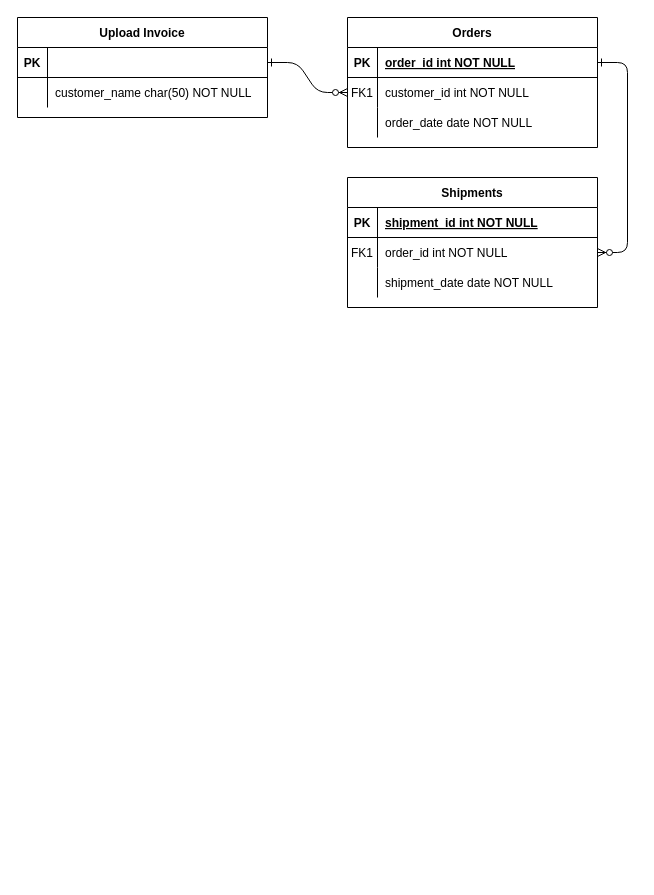
The draw.io diagram Untitled Diagram.drawio in pritam421/Invoice-automation_wireFrame, before the edit. Source tidied: cells renumbered, new cells numbered last; positions are measured from the earlier drawing's top-left corner, leaving out a move shared by most shapes. Both pictures are drawn from the tidied source at 100%, with x=0, y=0 at pixel (17, 17).
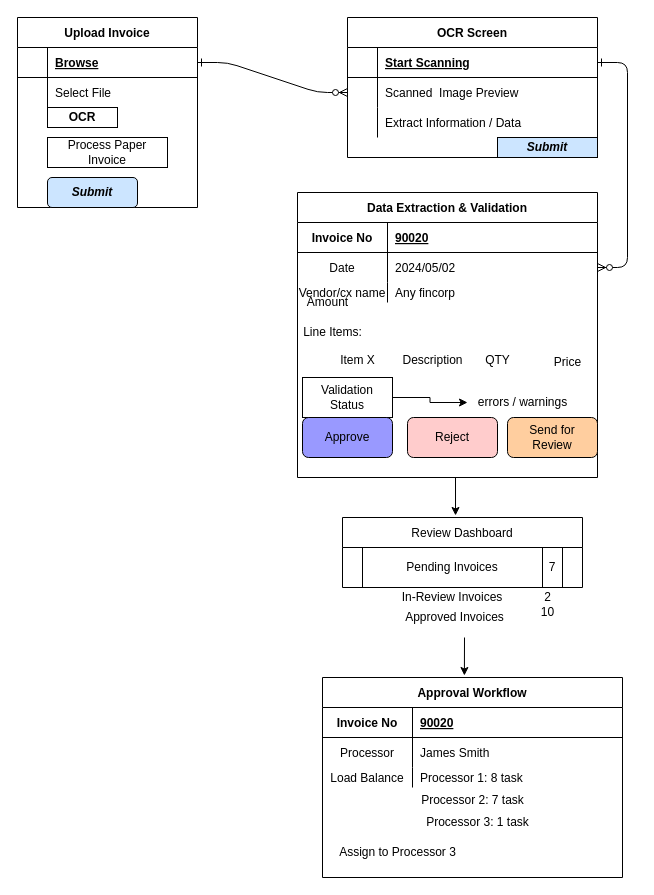
The same page after the edit.

Unchanged cells that the change refers to:
```xml
<mxCell id="5" style="shape=partialRectangle;fillColor=none;points=[[0,0.5],[1,0.5]];portConstraint=eastwest;top=0;left=0;right=0;bottom=1;" parent="4" vertex="1">
  <mxGeometry y="30" width="250" height="30" as="geometry" />
</mxCell>
<mxCell id="8" style="shape=partialRectangle;fillColor=none;points=[[0,0.5],[1,0.5]];portConstraint=eastwest;top=0;left=0;right=0;bottom=0;" parent="4" vertex="1">
  <mxGeometry y="60" width="250" height="30" as="geometry" />
</mxCell>
<mxCell id="11" style="shape=partialRectangle;fillColor=none;top=0;left=0;right=0;bottom=0;" parent="4" vertex="1">
  <mxGeometry y="90" width="250" height="30" as="geometry" />
</mxCell>
```

The edit, as a diff of the source:
```diff
@@
-    <mxCell id="4" value="Orders" style="shape=table;startSize=30;childLayout=tableLayout;rowLines=0;fontStyle=1;align=center;" parent="1" vertex="1">
-      <mxGeometry x="330" width="250" height="130" as="geometry" />
+    <mxCell id="4" value="OCR Screen" style="shape=table;startSize=30;childLayout=tableLayout;rowLines=0;fontStyle=1;align=center;" parent="1" vertex="1">
+      <mxGeometry x="330" width="250" height="140" as="geometry" />
     </mxCell>
@@
-    <mxCell id="6" value="PK" style="shape=partialRectangle;overflow=hidden;fillColor=none;top=0;left=0;bottom=0;right=0;fontStyle=1;" parent="5" vertex="1">
+    <mxCell id="6" style="shape=partialRectangle;overflow=hidden;fillColor=none;top=0;left=0;bottom=0;right=0;fontStyle=1;" parent="5" vertex="1">
       <mxGeometry width="30" height="30" as="geometry" />
     </mxCell>
-    <mxCell id="7" value="order_id int NOT NULL " style="shape=partialRectangle;overflow=hidden;fillColor=none;top=0;left=0;bottom=0;right=0;align=left;spacingLeft=6;fontStyle=5;" parent="5" vertex="1">
+    <mxCell id="7" value="Start Scanning" style="shape=partialRectangle;overflow=hidden;fillColor=none;top=0;left=0;bottom=0;right=0;align=left;spacingLeft=6;fontStyle=5;" parent="5" vertex="1">
       <mxGeometry x="30" width="220" height="30" as="geometry" />
     </mxCell>
@@
-    <mxCell id="9" value="FK1" style="shape=partialRectangle;overflow=hidden;fillColor=none;top=0;left=0;bottom=0;right=0;" parent="8" vertex="1">
+    <mxCell id="9" style="shape=partialRectangle;overflow=hidden;fillColor=none;top=0;left=0;bottom=0;right=0;" parent="8" vertex="1">
       <mxGeometry width="30" height="30" as="geometry" />
     </mxCell>
-    <mxCell id="10" value="customer_id int NOT NULL" style="shape=partialRectangle;overflow=hidden;fillColor=none;top=0;left=0;bottom=0;right=0;align=left;spacingLeft=6;" parent="8" vertex="1">
+    <mxCell id="10" value="Scanned  Image Preview" style="shape=partialRectangle;overflow=hidden;fillColor=none;top=0;left=0;bottom=0;right=0;align=left;spacingLeft=6;" parent="8" vertex="1">
       <mxGeometry x="30" width="220" height="30" as="geometry" />
     </mxCell>
@@
-    <mxCell id="13" value="order_date date NOT NULL" style="shape=partialRectangle;overflow=hidden;fillColor=none;top=0;left=0;bottom=0;right=0;align=left;spacingLeft=6;" parent="11" vertex="1">
+    <mxCell id="13" value="Extract Information / Data" style="shape=partialRectangle;overflow=hidden;fillColor=none;top=0;left=0;bottom=0;right=0;align=left;spacingLeft=6;" parent="11" vertex="1">
       <mxGeometry x="30" width="220" height="30" as="geometry" />
     </mxCell>
-    <mxCell id="14" value="Shipments" style="shape=table;startSize=30;childLayout=tableLayout;rowLines=0;fontStyle=1;align=center;" parent="1" vertex="1">
-      <mxGeometry x="330" y="160" width="250" height="130" as="geometry" />
+    <mxCell id="14" value="Data Extraction &amp; Validation" style="shape=table;startSize=30;childLayout=tableLayout;rowLines=0;fontStyle=1;align=center;" parent="1" vertex="1">
+      <mxGeometry x="280" y="175" width="300" height="285" as="geometry" />
     </mxCell>
     <mxCell id="15" style="shape=partialRectangle;fillColor=none;top=0;left=0;right=0;bottom=1;" parent="14" vertex="1">
-      <mxGeometry y="30" width="250" height="30" as="geometry" />
+      <mxGeometry y="30" width="300" height="30" as="geometry" />
     </mxCell>
-    <mxCell id="16" value="PK" style="shape=partialRectangle;overflow=hidden;fillColor=none;top=0;left=0;bottom=0;right=0;fontStyle=1;" parent="15" vertex="1">
-      <mxGeometry width="30" height="30" as="geometry" />
+    <mxCell id="16" value="Invoice No" style="shape=partialRectangle;overflow=hidden;fillColor=none;top=0;left=0;bottom=0;right=0;fontStyle=1;" parent="15" vertex="1">
+      <mxGeometry width="90" height="30" as="geometry" />
     </mxCell>
-    <mxCell id="17" value="shipment_id int NOT NULL " style="shape=partialRectangle;overflow=hidden;fillColor=none;top=0;left=0;bottom=0;right=0;align=left;spacingLeft=6;fontStyle=5;" parent="15" vertex="1">
-      <mxGeometry x="30" width="220" height="30" as="geometry" />
+    <mxCell id="17" value="90020" style="shape=partialRectangle;overflow=hidden;fillColor=none;top=0;left=0;bottom=0;right=0;align=left;spacingLeft=6;fontStyle=5;" parent="15" vertex="1">
+      <mxGeometry x="90" width="210" height="30" as="geometry" />
     </mxCell>
     <mxCell id="18" style="shape=partialRectangle;fillColor=none;points=[[0,0.5],[1,0.5]];portConstraint=eastwest;top=0;left=0;right=0;bottom=0;" parent="14" vertex="1">
-      <mxGeometry y="60" width="250" height="30" as="geometry" />
+      <mxGeometry y="60" width="300" height="30" as="geometry" />
     </mxCell>
-    <mxCell id="19" value="FK1" style="shape=partialRectangle;overflow=hidden;fillColor=none;top=0;left=0;bottom=0;right=0;" parent="18" vertex="1">
-      <mxGeometry width="30" height="30" as="geometry" />
+    <mxCell id="19" value="Date" style="shape=partialRectangle;overflow=hidden;fillColor=none;top=0;left=0;bottom=0;right=0;" parent="18" vertex="1">
+      <mxGeometry width="90" height="30" as="geometry" />
     </mxCell>
-    <mxCell id="20" value="order_id int NOT NULL" style="shape=partialRectangle;overflow=hidden;fillColor=none;top=0;left=0;bottom=0;right=0;align=left;spacingLeft=6;" parent="18" vertex="1">
-      <mxGeometry x="30" width="220" height="30" as="geometry" />
+    <mxCell id="20" value="2024/05/02" style="shape=partialRectangle;overflow=hidden;fillColor=none;top=0;left=0;bottom=0;right=0;align=left;spacingLeft=6;" parent="18" vertex="1">
+      <mxGeometry x="90" width="210" height="30" as="geometry" />
     </mxCell>
     <mxCell id="21" style="shape=partialRectangle;fillColor=none;top=0;left=0;right=0;bottom=0;" parent="14" vertex="1">
-      <mxGeometry y="90" width="250" height="30" as="geometry" />
+      <mxGeometry y="90" width="300" height="20" as="geometry" />
     </mxCell>
-    <mxCell id="22" style="shape=partialRectangle;overflow=hidden;fillColor=none;top=0;left=0;bottom=0;right=0;" parent="21" vertex="1">
-      <mxGeometry width="30" height="30" as="geometry" />
+    <mxCell id="22" value="Vendor/cx name" style="shape=partialRectangle;overflow=hidden;fillColor=none;top=0;left=0;bottom=0;right=0;" parent="21" vertex="1">
+      <mxGeometry width="90" height="20" as="geometry" />
     </mxCell>
-    <mxCell id="23" value="shipment_date date NOT NULL" style="shape=partialRectangle;overflow=hidden;fillColor=none;top=0;left=0;bottom=0;right=0;align=left;spacingLeft=6;" parent="21" vertex="1">
-      <mxGeometry x="30" width="220" height="30" as="geometry" />
+    <mxCell id="23" value="Any fincorp " style="shape=partialRectangle;overflow=hidden;fillColor=none;top=0;left=0;bottom=0;right=0;align=left;spacingLeft=6;" parent="21" vertex="1">
+      <mxGeometry x="90" width="210" height="20" as="geometry" />
     </mxCell>
     <mxCell id="24" value="Upload Invoice" style="shape=table;startSize=30;childLayout=tableLayout;rowLines=0;fontStyle=1;align=center;" parent="1" vertex="1">
-      <mxGeometry width="250" height="100" as="geometry" />
+      <mxGeometry width="180" height="190" as="geometry" />
     </mxCell>
     <mxCell id="25" style="shape=partialRectangle;fillColor=none;points=[[0,0.5],[1,0.5]];portConstraint=eastwest;top=0;left=0;right=0;bottom=1;" parent="24" vertex="1">
-      <mxGeometry y="30" width="250" height="30" as="geometry" />
+      <mxGeometry y="30" width="180" height="30" as="geometry" />
     </mxCell>
-    <mxCell id="26" value="PK" style="shape=partialRectangle;overflow=hidden;fillColor=none;top=0;left=0;bottom=0;right=0;fontStyle=1;" parent="25" vertex="1">
+    <mxCell id="26" style="shape=partialRectangle;overflow=hidden;fillColor=none;top=0;left=0;bottom=0;right=0;fontStyle=1;" parent="25" vertex="1">
       <mxGeometry width="30" height="30" as="geometry" />
     </mxCell>
-    <mxCell id="27" style="shape=partialRectangle;overflow=hidden;fillColor=none;top=0;left=0;bottom=0;right=0;align=left;spacingLeft=6;fontStyle=5;" parent="25" vertex="1">
-      <mxGeometry x="30" width="220" height="30" as="geometry" />
+    <mxCell id="27" value="Browse" style="shape=partialRectangle;overflow=hidden;fillColor=none;top=0;left=0;bottom=0;right=0;align=left;spacingLeft=6;fontStyle=5;" parent="25" vertex="1">
+      <mxGeometry x="30" width="150" height="30" as="geometry" />
     </mxCell>
     <mxCell id="28" style="shape=partialRectangle;fillColor=none;top=0;left=0;right=0;bottom=0;" parent="24" vertex="1">
-      <mxGeometry y="60" width="250" height="30" as="geometry" />
+      <mxGeometry y="60" width="180" height="30" as="geometry" />
     </mxCell>
@@
-    <mxCell id="30" value="customer_name char(50) NOT NULL" style="shape=partialRectangle;overflow=hidden;fillColor=none;top=0;left=0;bottom=0;right=0;align=left;spacingLeft=6;" parent="28" vertex="1">
-      <mxGeometry x="30" width="220" height="30" as="geometry" />
+    <mxCell id="30" value="Select File " style="shape=partialRectangle;overflow=hidden;fillColor=none;top=0;left=0;bottom=0;right=0;align=left;spacingLeft=6;" parent="28" vertex="1">
+      <mxGeometry x="30" width="150" height="30" as="geometry" />
     </mxCell>
+    <mxCell id="31" value="&lt;b&gt;OCR&lt;/b&gt;" style="whiteSpace=wrap;html=1;" parent="1" vertex="1">
+      <mxGeometry x="30" y="90" width="70" height="20" as="geometry" />
+    </mxCell>
+    <mxCell id="32" value="Process Paper Invoice" style="whiteSpace=wrap;html=1;" parent="1" vertex="1">
+      <mxGeometry x="30" y="120" width="120" height="30" as="geometry" />
+    </mxCell>
+    <mxCell id="33" value="&lt;i&gt;&lt;b&gt;Submit&lt;/b&gt;&lt;/i&gt;" style="rounded=1;whiteSpace=wrap;html=1;fillColor=#CCE5FF;" parent="1" vertex="1">
+      <mxGeometry x="30" y="160" width="90" height="30" as="geometry" />
+    </mxCell>
+    <mxCell id="34" value="&lt;b&gt;&lt;i&gt;Submit&lt;/i&gt;&lt;/b&gt;" style="whiteSpace=wrap;html=1;fillColor=#CCE5FF;" parent="1" vertex="1">
+      <mxGeometry x="480" y="120" width="100" height="20" as="geometry" />
+    </mxCell>
+    <mxCell id="35" value="Amount" style="text;html=1;align=center;verticalAlign=middle;strokeColor=none;fillColor=none;" parent="1" vertex="1">
+      <mxGeometry x="280" y="270" width="60" height="30" as="geometry" />
+    </mxCell>
+    <mxCell id="36" value="Line Items:" style="text;html=1;align=center;verticalAlign=middle;strokeColor=none;fillColor=none;" parent="1" vertex="1">
+      <mxGeometry x="275" y="300" width="80" height="30" as="geometry" />
+    </mxCell>
+    <mxCell id="37" value="Item X" style="text;html=1;align=center;verticalAlign=middle;strokeColor=none;fillColor=none;" parent="1" vertex="1">
+      <mxGeometry x="310" y="328" width="60" height="30" as="geometry" />
+    </mxCell>
+    <mxCell id="38" value="Description" style="text;html=1;align=center;verticalAlign=middle;strokeColor=none;fillColor=none;" parent="1" vertex="1">
+      <mxGeometry x="375" y="328" width="80" height="30" as="geometry" />
+    </mxCell>
+    <mxCell id="39" value="QTY" style="text;html=1;align=center;verticalAlign=middle;strokeColor=none;fillColor=none;" parent="1" vertex="1">
+      <mxGeometry x="455" y="328" width="50" height="30" as="geometry" />
+    </mxCell>
+    <mxCell id="40" value="Price" style="text;html=1;align=center;verticalAlign=middle;strokeColor=none;fillColor=none;" parent="1" vertex="1">
+      <mxGeometry x="525" y="330" width="50" height="30" as="geometry" />
+    </mxCell>
+    <mxCell id="41" style="edgeStyle=orthogonalEdgeStyle;rounded=0;jettySize=auto;html=1;" parent="1" edge="1" source="42" target="43">
+      <mxGeometry relative="1" as="geometry" />
+    </mxCell>
+    <mxCell id="42" value="Validation Status" style="whiteSpace=wrap;html=1;" parent="1" vertex="1">
+      <mxGeometry x="285" y="360" width="90" height="40" as="geometry" />
+    </mxCell>
+    <mxCell id="43" value="errors / warnings" style="text;html=1;align=center;verticalAlign=middle;points=[];strokeColor=none;fillColor=none;" parent="1" vertex="1">
+      <mxGeometry x="450" y="370" width="110" height="30" as="geometry" />
+    </mxCell>
+    <mxCell id="44" value="Reject" style="rounded=1;whiteSpace=wrap;html=1;fillColor=#FFCCCC;" parent="1" vertex="1">
+      <mxGeometry x="390" y="400" width="90" height="40" as="geometry" />
+    </mxCell>
+    <mxCell id="45" value="Send for Review" style="rounded=1;whiteSpace=wrap;html=1;fillColor=#FFCE9F;" parent="1" vertex="1">
+      <mxGeometry x="490" y="400" width="90" height="40" as="geometry" />
+    </mxCell>
+    <mxCell id="46" value="Approve" style="rounded=1;whiteSpace=wrap;html=1;fillColor=#9999FF;" parent="1" vertex="1">
+      <mxGeometry x="285" y="400" width="90" height="40" as="geometry" />
+    </mxCell>
+    <mxCell id="47" value="Review Dashboard" style="shape=table;startSize=30;childLayout=tableLayout;" parent="1" vertex="1">
+      <mxGeometry x="325" y="500" width="240" height="70" as="geometry" />
+    </mxCell>
+    <mxCell id="48" style="shape=tableRow;horizontal=0;startSize=0;swimlaneHead=0;swimlaneBody=0;strokeColor=inherit;top=0;left=0;bottom=0;right=0;fillColor=none;" parent="47" vertex="1">
+      <mxGeometry y="30" width="240" height="40" as="geometry" />
+    </mxCell>
+    <mxCell id="49" style="shape=partialRectangle;html=1;whiteSpace=wrap;strokeColor=inherit;overflow=hidden;fillColor=none;top=0;left=0;bottom=0;right=0;" parent="48" vertex="1">
+      <mxGeometry width="20" height="40" as="geometry" />
+    </mxCell>
+    <mxCell id="50" value="Pending Invoices" style="shape=partialRectangle;html=1;whiteSpace=wrap;strokeColor=inherit;overflow=hidden;fillColor=none;top=0;left=0;bottom=0;right=0;" parent="48" vertex="1">
+      <mxGeometry x="20" width="180" height="40" as="geometry" />
+    </mxCell>
+    <mxCell id="51" value="7" style="shape=partialRectangle;html=1;whiteSpace=wrap;strokeColor=inherit;overflow=hidden;fillColor=none;top=0;left=0;bottom=0;right=0;" parent="48" vertex="1">
+      <mxGeometry x="200" width="20" height="40" as="geometry" />
+    </mxCell>
+    <mxCell id="52" style="shape=partialRectangle;html=1;whiteSpace=wrap;strokeColor=inherit;overflow=hidden;fillColor=none;top=0;left=0;bottom=0;right=0;" parent="48" vertex="1">
+      <mxGeometry x="220" width="20" height="40" as="geometry" />
+    </mxCell>
+    <mxCell id="53" value="In-Review Invoices" style="shape=partialRectangle;html=1;whiteSpace=wrap;strokeColor=inherit;overflow=hidden;fillColor=none;top=0;left=0;bottom=0;right=0;" parent="1" vertex="1">
+      <mxGeometry x="380" y="560" width="110" height="40" as="geometry" />
+    </mxCell>
+    <mxCell id="54" value="Approved Invoices" style="shape=partialRectangle;html=1;whiteSpace=wrap;strokeColor=inherit;overflow=hidden;fillColor=none;top=0;left=0;bottom=0;right=0;" parent="1" vertex="1">
+      <mxGeometry x="385" y="580" width="105" height="40" as="geometry" />
+    </mxCell>
+    <mxCell id="55" value="2" style="text;html=1;align=center;verticalAlign=middle;strokeColor=none;fillColor=none;" parent="1" vertex="1">
+      <mxGeometry x="515" y="565" width="30" height="30" as="geometry" />
+    </mxCell>
+    <mxCell id="56" value="10" style="text;html=1;align=center;verticalAlign=middle;strokeColor=none;fillColor=none;" parent="1" vertex="1">
+      <mxGeometry x="510" y="580" width="40" height="30" as="geometry" />
+    </mxCell>
+    <mxCell id="57" value="Approval Workflow " style="shape=table;startSize=30;childLayout=tableLayout;rowLines=0;fontStyle=1;align=center;" parent="1" vertex="1">
+      <mxGeometry x="305" y="660" width="300" height="200" as="geometry" />
+    </mxCell>
+    <mxCell id="58" style="shape=partialRectangle;fillColor=none;top=0;left=0;right=0;bottom=1;" parent="57" vertex="1">
+      <mxGeometry y="30" width="300" height="30" as="geometry" />
+    </mxCell>
+    <mxCell id="59" value="Invoice No" style="shape=partialRectangle;overflow=hidden;fillColor=none;top=0;left=0;bottom=0;right=0;fontStyle=1;" parent="58" vertex="1">
+      <mxGeometry width="90" height="30" as="geometry" />
+    </mxCell>
+    <mxCell id="60" value="90020" style="shape=partialRectangle;overflow=hidden;fillColor=none;top=0;left=0;bottom=0;right=0;align=left;spacingLeft=6;fontStyle=5;" parent="58" vertex="1">
+      <mxGeometry x="90" width="210" height="30" as="geometry" />
+    </mxCell>
+    <mxCell id="61" style="shape=partialRectangle;fillColor=none;top=0;left=0;right=0;bottom=0;" parent="57" vertex="1">
+      <mxGeometry y="60" width="300" height="30" as="geometry" />
+    </mxCell>
+    <mxCell id="62" value="Processor" style="shape=partialRectangle;overflow=hidden;fillColor=none;top=0;left=0;bottom=0;right=0;" parent="61" vertex="1">
+      <mxGeometry width="90" height="30" as="geometry" />
+    </mxCell>
+    <mxCell id="63" value="James Smith" style="shape=partialRectangle;overflow=hidden;fillColor=none;top=0;left=0;bottom=0;right=0;align=left;spacingLeft=6;" parent="61" vertex="1">
+      <mxGeometry x="90" width="210" height="30" as="geometry" />
+    </mxCell>
+    <mxCell id="64" style="shape=partialRectangle;fillColor=none;top=0;left=0;right=0;bottom=0;" parent="57" vertex="1">
+      <mxGeometry y="90" width="300" height="20" as="geometry" />
+    </mxCell>
+    <mxCell id="65" value="Load Balance" style="shape=partialRectangle;overflow=hidden;fillColor=none;top=0;left=0;bottom=0;right=0;" parent="64" vertex="1">
+      <mxGeometry width="90" height="20" as="geometry" />
+    </mxCell>
+    <mxCell id="66" value="Processor 1: 8 task" style="shape=partialRectangle;overflow=hidden;fillColor=none;top=0;left=0;bottom=0;right=0;align=left;spacingLeft=6;" parent="64" vertex="1">
+      <mxGeometry x="90" width="210" height="20" as="geometry" />
+    </mxCell>
+    <mxCell id="67" value="Processor 2: 7 task" style="text;html=1;align=center;verticalAlign=middle;strokeColor=none;fillColor=none;" parent="1" vertex="1">
+      <mxGeometry x="390" y="768" width="130" height="30" as="geometry" />
+    </mxCell>
+    <mxCell id="68" value="Processor 3: 1 task" style="text;html=1;align=center;verticalAlign=middle;strokeColor=none;fillColor=none;" parent="1" vertex="1">
+      <mxGeometry x="395" y="790" width="130" height="30" as="geometry" />
+    </mxCell>
+    <mxCell id="69" value="Assign to Processor 3" style="text;html=1;align=center;verticalAlign=middle;strokeColor=none;fillColor=none;" parent="1" vertex="1">
+      <mxGeometry x="310" y="820" width="140" height="30" as="geometry" />
+    </mxCell>
+    <mxCell id="70" style="edgeStyle=none;jettySize=auto;html=1;rounded=0;entryX=0.473;entryY=-0.01;entryDx=0;entryDy=0;entryPerimeter=0;" parent="1" edge="1" target="57">
+      <mxGeometry relative="1" as="geometry">
+        <mxPoint x="447" y="620" as="sourcePoint" />
+      </mxGeometry>
+    </mxCell>
+    <mxCell id="71" style="edgeStyle=none;jettySize=auto;html=1;rounded=0;entryX=0.471;entryY=-0.029;entryDx=0;entryDy=0;entryPerimeter=0;" parent="1" edge="1" target="47">
+      <mxGeometry relative="1" as="geometry">
+        <mxPoint x="438" y="460" as="sourcePoint" />
+      </mxGeometry>
+    </mxCell>
```
